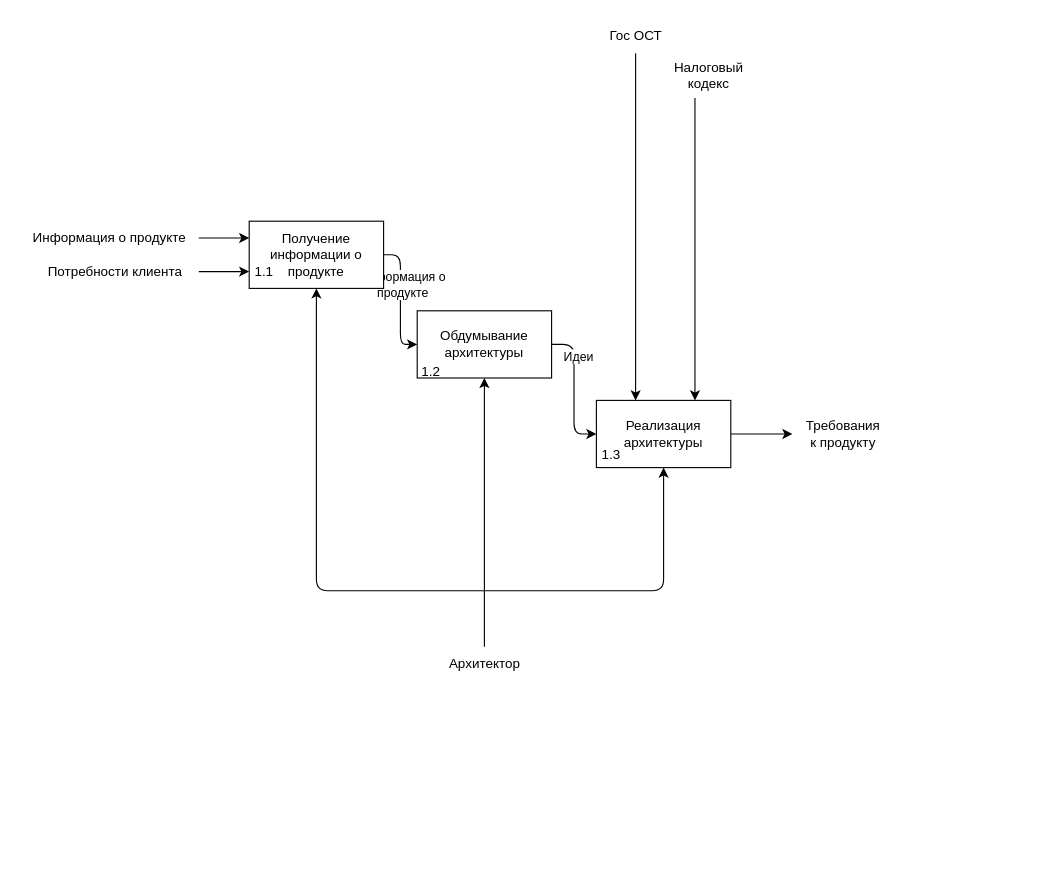
The draw.io diagram page "3" (3 of 5) of lab2/lab.drawio in MBHuman/7semURAIS, before the edit. Source tidied: cells renumbered, new cells numbered last; positions are measured from the earlier drawing's top-left corner, leaving out a move shared by most shapes. Both pictures are drawn from the tidied source at 112%, with x=0, y=0 at pixel (19, 19).
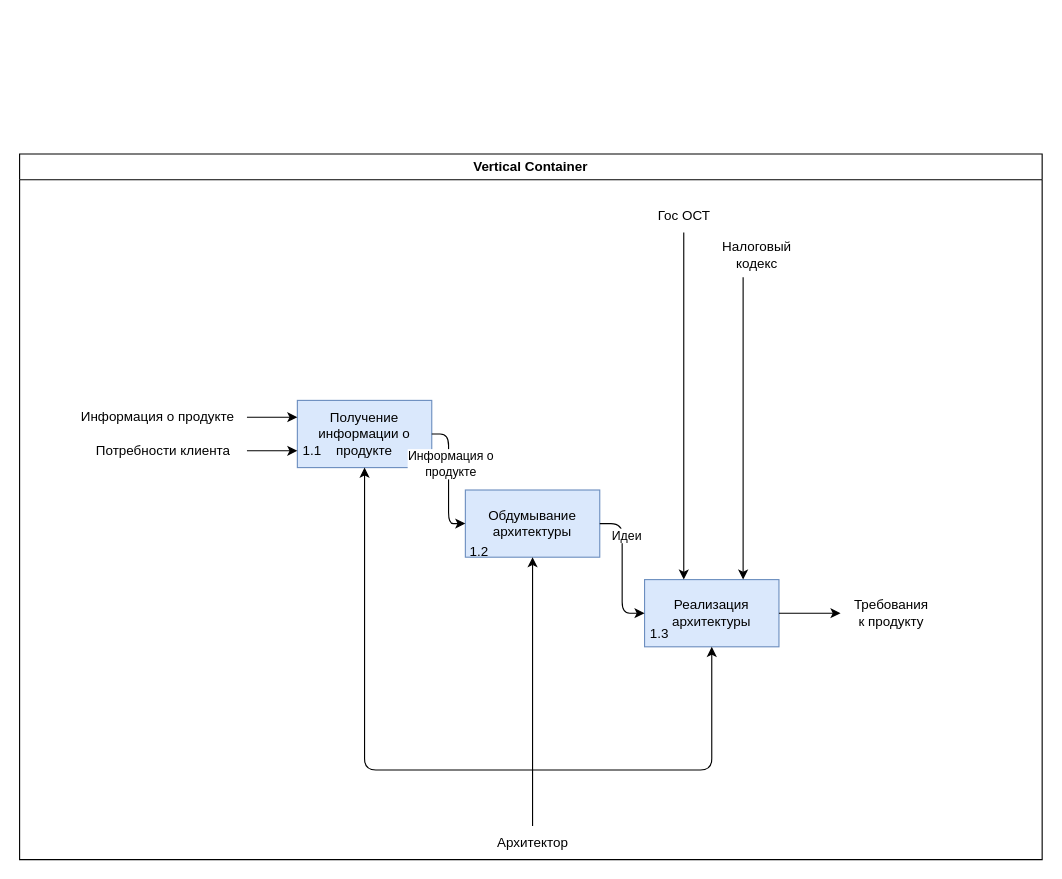
After the change.

Change to the diagram source:
```diff
@@
+    <mxCell id="26" value="Vertical Container" style="swimlane;whiteSpace=wrap;html=1;swimlaneFillColor=default;" parent="1" vertex="1">
+      <mxGeometry y="120" width="913" height="630" as="geometry" />
+    </mxCell>
+    <mxCell id="4" value="Получение информации о продукте" style="rounded=0;whiteSpace=wrap;html=1;fillColor=#dae8fc;strokeColor=#6c8ebf;" parent="26" vertex="1">
+      <mxGeometry x="248" y="220" width="120" height="60" as="geometry" />
+    </mxCell>
+    <mxCell id="7" value="Обдумывание архитектуры" style="rounded=0;whiteSpace=wrap;html=1;fillColor=#dae8fc;strokeColor=#6c8ebf;" parent="26" vertex="1">
+      <mxGeometry x="398" y="300" width="120" height="60" as="geometry" />
+    </mxCell>
-    <mxCell id="2" style="edgeStyle=elbowEdgeStyle;html=1;entryX=0;entryY=0.5;entryDx=0;entryDy=0;" parent="1" edge="1" source="4" target="7">
+    <mxCell id="2" style="edgeStyle=elbowEdgeStyle;html=1;entryX=0;entryY=0.5;entryDx=0;entryDy=0;" parent="26" edge="1" source="4" target="7">
       <mxGeometry relative="1" as="geometry" />
     </mxCell>
@@
-    <mxCell id="4" value="Получение информации о продукте" style="rounded=0;whiteSpace=wrap;html=1;" parent="1" vertex="1">
-      <mxGeometry x="205" y="180" width="120" height="60" as="geometry" />
-    </mxCell>
+    <mxCell id="9" value="Реализация архитектуры" style="rounded=0;whiteSpace=wrap;html=1;fillColor=#dae8fc;strokeColor=#6c8ebf;" parent="26" vertex="1">
+      <mxGeometry x="558" y="380" width="120" height="60" as="geometry" />
+    </mxCell>
-    <mxCell id="5" style="edgeStyle=elbowEdgeStyle;html=1;" parent="1" edge="1" source="7" target="9">
+    <mxCell id="5" style="edgeStyle=elbowEdgeStyle;html=1;" parent="26" edge="1" source="7" target="9">
       <mxGeometry relative="1" as="geometry" />
     </mxCell>
@@
-    <mxCell id="7" value="Обдумывание архитектуры" style="rounded=0;whiteSpace=wrap;html=1;" parent="1" vertex="1">
-      <mxGeometry x="355" y="260" width="120" height="60" as="geometry" />
-    </mxCell>
-    <mxCell id="8" style="edgeStyle=elbowEdgeStyle;elbow=vertical;html=1;" parent="1" edge="1" source="9" target="22">
-      <mxGeometry relative="1" as="geometry" />
-    </mxCell>
-    <mxCell id="9" value="Реализация архитектуры" style="rounded=0;whiteSpace=wrap;html=1;" parent="1" vertex="1">
-      <mxGeometry x="515" y="340" width="120" height="60" as="geometry" />
-    </mxCell>
-    <mxCell id="10" style="edgeStyle=elbowEdgeStyle;html=1;" parent="1" edge="1" source="11" target="9">
+    <mxCell id="10" style="edgeStyle=elbowEdgeStyle;html=1;" parent="26" edge="1" source="11" target="9">
       <mxGeometry relative="1" as="geometry" />
     </mxCell>
-    <mxCell id="11" value="Налоговый &lt;br&gt;кодекс" style="text;html=1;align=center;verticalAlign=middle;points=[];strokeColor=none;fillColor=none;" parent="1" vertex="1">
-      <mxGeometry x="570" y="30" width="90" height="40" as="geometry" />
+    <mxCell id="11" value="Налоговый &lt;br&gt;кодекс" style="text;html=1;align=center;verticalAlign=middle;points=[];strokeColor=none;fillColor=none;" parent="26" vertex="1">
+      <mxGeometry x="613" y="70" width="90" height="40" as="geometry" />
     </mxCell>
-    <mxCell id="12" style="edgeStyle=elbowEdgeStyle;html=1;" parent="1" edge="1" source="13" target="9">
+    <mxCell id="12" style="edgeStyle=elbowEdgeStyle;html=1;" parent="26" edge="1" source="13" target="9">
       <mxGeometry relative="1" as="geometry" />
     </mxCell>
-    <mxCell id="13" value="Гос ОСТ" style="text;html=1;align=center;verticalAlign=middle;points=[];strokeColor=none;fillColor=none;" parent="1" vertex="1">
-      <mxGeometry x="515" width="70" height="30" as="geometry" />
+    <mxCell id="13" value="Гос ОСТ" style="text;html=1;align=center;verticalAlign=middle;points=[];strokeColor=none;fillColor=none;" parent="26" vertex="1">
+      <mxGeometry x="558" y="40" width="70" height="30" as="geometry" />
     </mxCell>
-    <mxCell id="14" style="edgeStyle=elbowEdgeStyle;html=1;elbow=vertical;" parent="1" edge="1" source="17" target="7">
+    <mxCell id="14" style="edgeStyle=elbowEdgeStyle;html=1;elbow=vertical;" parent="26" edge="1" source="17" target="7">
       <mxGeometry relative="1" as="geometry" />
     </mxCell>
-    <mxCell id="15" style="edgeStyle=elbowEdgeStyle;html=1;elbow=vertical;" parent="1" edge="1" target="9">
-      <mxGeometry relative="1" as="geometry">
-        <mxPoint x="415" y="510" as="sourcePoint" />
-        <Array as="points">
-          <mxPoint x="510" y="510" />
-        </Array>
-      </mxGeometry>
-    </mxCell>
-    <mxCell id="16" style="edgeStyle=elbowEdgeStyle;html=1;entryX=0.5;entryY=1;entryDx=0;entryDy=0;elbow=vertical;" parent="1" edge="1" target="4">
-      <mxGeometry relative="1" as="geometry">
-        <mxPoint x="415" y="510" as="sourcePoint" />
-        <Array as="points">
-          <mxPoint x="350" y="510" />
-        </Array>
-      </mxGeometry>
-    </mxCell>
+    <mxCell id="27" style="edgeStyle=elbowEdgeStyle;html=1;elbow=vertical;" parent="26" edge="1" target="9">
+      <mxGeometry relative="1" as="geometry">
+        <mxPoint x="458" y="550" as="sourcePoint" />
+        <Array as="points">
+          <mxPoint x="553" y="550" />
+        </Array>
+      </mxGeometry>
+    </mxCell>
+    <mxCell id="28" style="edgeStyle=elbowEdgeStyle;html=1;entryX=0.5;entryY=1;entryDx=0;entryDy=0;elbow=vertical;" parent="26" edge="1" target="4">
+      <mxGeometry relative="1" as="geometry">
+        <mxPoint x="458" y="550" as="sourcePoint" />
+        <Array as="points">
+          <mxPoint x="393" y="550" />
+        </Array>
+      </mxGeometry>
+    </mxCell>
-    <mxCell id="17" value="Архитектор" style="text;html=1;align=center;verticalAlign=middle;points=[];strokeColor=none;fillColor=none;" parent="1" vertex="1">
-      <mxGeometry x="370" y="560" width="90" height="30" as="geometry" />
+    <mxCell id="17" value="Архитектор" style="text;html=1;align=center;verticalAlign=middle;points=[];strokeColor=none;fillColor=none;" parent="26" vertex="1">
+      <mxGeometry x="413" y="600" width="90" height="30" as="geometry" />
     </mxCell>
-    <mxCell id="18" style="edgeStyle=elbowEdgeStyle;html=1;elbow=vertical;" parent="1" edge="1" source="19" target="4">
+    <mxCell id="18" style="edgeStyle=elbowEdgeStyle;html=1;elbow=vertical;" parent="26" edge="1" source="19" target="4">
       <mxGeometry relative="1" as="geometry" />
     </mxCell>
-    <mxCell id="19" value="Информация о продукте" style="text;html=1;align=center;verticalAlign=middle;points=[];strokeColor=none;fillColor=none;" parent="1" vertex="1">
-      <mxGeometry y="180" width="160" height="30" as="geometry" />
+    <mxCell id="19" value="Информация о продукте" style="text;html=1;align=center;verticalAlign=middle;points=[];strokeColor=none;fillColor=none;" parent="26" vertex="1">
+      <mxGeometry x="43" y="220" width="160" height="30" as="geometry" />
     </mxCell>
-    <mxCell id="20" style="edgeStyle=elbowEdgeStyle;html=1;elbow=vertical;" parent="1" edge="1" source="21" target="4">
+    <mxCell id="20" style="edgeStyle=elbowEdgeStyle;html=1;elbow=vertical;" parent="26" edge="1" source="21" target="4">
       <mxGeometry relative="1" as="geometry" />
     </mxCell>
-    <mxCell id="21" value="Потребности клиента" style="text;html=1;align=center;verticalAlign=middle;points=[];strokeColor=none;fillColor=none;" parent="1" vertex="1">
-      <mxGeometry x="10" y="210" width="150" height="30" as="geometry" />
+    <mxCell id="21" value="Потребности клиента" style="text;html=1;align=center;verticalAlign=middle;points=[];strokeColor=none;fillColor=none;" parent="26" vertex="1">
+      <mxGeometry x="53" y="250" width="150" height="30" as="geometry" />
     </mxCell>
-    <mxCell id="22" value="Требования&lt;br&gt;к продукту" style="text;html=1;align=center;verticalAlign=middle;points=[];strokeColor=none;fillColor=none;" parent="1" vertex="1">
-      <mxGeometry x="690" y="350" width="90" height="40" as="geometry" />
+    <mxCell id="22" value="Требования&lt;br&gt;к продукту" style="text;html=1;align=center;verticalAlign=middle;points=[];strokeColor=none;fillColor=none;" parent="26" vertex="1">
+      <mxGeometry x="733" y="390" width="90" height="40" as="geometry" />
     </mxCell>
+    <mxCell id="8" style="edgeStyle=elbowEdgeStyle;elbow=vertical;html=1;" parent="26" edge="1" source="9" target="22">
+      <mxGeometry relative="1" as="geometry" />
+    </mxCell>
-    <mxCell id="23" value="1.1" style="text;html=1;align=center;verticalAlign=middle;strokeColor=none;fillColor=none;" parent="1" vertex="1">
-      <mxGeometry x="198" y="210" width="40" height="30" as="geometry" />
+    <mxCell id="23" value="1.1" style="text;html=1;align=center;verticalAlign=middle;strokeColor=none;fillColor=none;" parent="26" vertex="1">
+      <mxGeometry x="241" y="250" width="40" height="30" as="geometry" />
     </mxCell>
-    <mxCell id="24" value="1.2" style="text;html=1;align=center;verticalAlign=middle;strokeColor=none;fillColor=none;" parent="1" vertex="1">
-      <mxGeometry x="347" y="300" width="40" height="30" as="geometry" />
+    <mxCell id="24" value="1.2" style="text;html=1;align=center;verticalAlign=middle;strokeColor=none;fillColor=none;" parent="26" vertex="1">
+      <mxGeometry x="390" y="340" width="40" height="30" as="geometry" />
     </mxCell>
-    <mxCell id="25" value="1.3" style="text;html=1;align=center;verticalAlign=middle;strokeColor=none;fillColor=none;" parent="1" vertex="1">
-      <mxGeometry x="508" y="374" width="40" height="30" as="geometry" />
+    <mxCell id="25" value="1.3" style="text;html=1;align=center;verticalAlign=middle;strokeColor=none;fillColor=none;" parent="26" vertex="1">
+      <mxGeometry x="551" y="414" width="40" height="30" as="geometry" />
     </mxCell>
```
